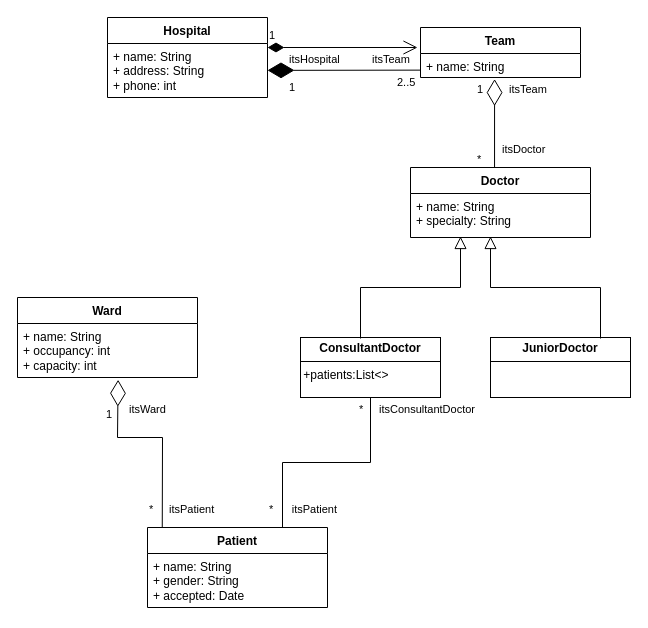
Before: Untitled Diagram.drawio in avipars/UML_Stuff, a draw.io diagram. Source tidied: cells renumbered, new cells numbered last; positions are measured from the earlier drawing's top-left corner, leaving out a move shared by most shapes. Both pictures are drawn from the tidied source at 100%, with x=0, y=0 at pixel (17, 17).
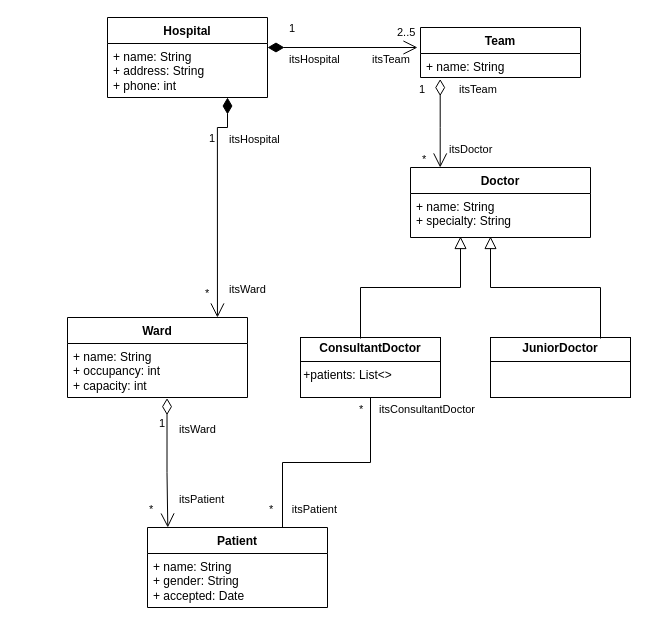
The same diagram, later.

Unchanged cells that the change refers to:
```xml
<mxCell id="2" value="Hospital" style="swimlane;fontStyle=1;align=center;verticalAlign=top;horizontal=1;startSize=26;whiteSpace=wrap;html=1;" parent="1" vertex="1">
  <mxGeometry x="90" width="160" height="80" as="geometry" />
</mxCell>
<mxCell id="3" value="+ name: String&lt;div&gt;+ address: String&lt;/div&gt;&lt;div&gt;&lt;div&gt;+ phone: int&lt;/div&gt;&lt;div&gt;&lt;br&gt;&lt;/div&gt;&lt;/div&gt;" style="text;strokeColor=none;fillColor=none;align=left;verticalAlign=top;spacingLeft=4;spacingRight=4;overflow=hidden;points=[[0,0.5],[1,0.5]];portConstraint=eastwest;whiteSpace=wrap;html=1;" parent="2" vertex="1">
  <mxGeometry y="26" width="160" height="54" as="geometry" />
</mxCell>
<mxCell id="5" value="+ name: String&lt;div&gt;+ occupancy: int&lt;/div&gt;&lt;div&gt;&lt;div&gt;+ capacity: int&lt;/div&gt;&lt;div&gt;&lt;br&gt;&lt;/div&gt;&lt;div&gt;&lt;br&gt;&lt;/div&gt;&lt;/div&gt;" style="text;strokeColor=none;fillColor=none;align=left;verticalAlign=top;spacingLeft=4;spacingRight=4;overflow=hidden;points=[[0,0.5],[1,0.5]];portConstraint=eastwest;whiteSpace=wrap;html=1;" parent="4" vertex="1">
  <mxGeometry y="26" width="180" height="54" as="geometry" />
</mxCell>
<mxCell id="6" value="Patient" style="swimlane;fontStyle=1;align=center;verticalAlign=top;horizontal=1;startSize=26;whiteSpace=wrap;html=1;" parent="1" vertex="1">
  <mxGeometry x="130" y="510" width="180" height="80" as="geometry" />
</mxCell>
<mxCell id="8" value="Doctor" style="swimlane;fontStyle=1;align=center;verticalAlign=top;horizontal=1;startSize=26;whiteSpace=wrap;html=1;" parent="1" vertex="1">
  <mxGeometry x="393" y="150" width="180" height="70" as="geometry" />
</mxCell>
<mxCell id="15" value="+ name: String&lt;div&gt;&lt;div&gt;&lt;br&gt;&lt;/div&gt;&lt;/div&gt;" style="text;strokeColor=none;fillColor=none;align=left;verticalAlign=top;spacingLeft=4;spacingRight=4;overflow=hidden;points=[[0,0.5],[1,0.5]];portConstraint=eastwest;whiteSpace=wrap;html=1;" parent="14" vertex="1">
  <mxGeometry y="26" width="160" height="24" as="geometry" />
</mxCell>
```

Diff of the diagram source:
```diff
@@
     <mxCell id="4" value="Ward" style="swimlane;fontStyle=1;align=center;verticalAlign=top;horizontal=1;startSize=26;whiteSpace=wrap;html=1;" parent="1" vertex="1">
-      <mxGeometry y="280" width="180" height="80" as="geometry" />
+      <mxGeometry x="50" y="300" width="180" height="80" as="geometry" />
     </mxCell>
@@
-    <mxCell id="11" value="&lt;p style=&quot;margin:0px;margin-top:4px;text-align:center;&quot;&gt;&lt;b&gt;ConsultantDoctor&lt;/b&gt;&lt;/p&gt;&lt;hr size=&quot;1&quot; style=&quot;border-style:solid;&quot;&gt;&lt;div style=&quot;height:2px;&quot;&gt;&amp;nbsp;+patients:List&amp;lt;&amp;gt;&lt;/div&gt;" style="verticalAlign=top;align=left;overflow=fill;html=1;whiteSpace=wrap;" parent="1" vertex="1">
+    <mxCell id="11" value="&lt;p style=&quot;margin:0px;margin-top:4px;text-align:center;&quot;&gt;&lt;b&gt;ConsultantDoctor&lt;/b&gt;&lt;/p&gt;&lt;hr size=&quot;1&quot; style=&quot;border-style:solid;&quot;&gt;&lt;div style=&quot;height:2px;&quot;&gt;&amp;nbsp;+patients: List&amp;lt;&amp;gt;&lt;/div&gt;" style="verticalAlign=top;align=left;overflow=fill;html=1;whiteSpace=wrap;" parent="1" vertex="1">
       <mxGeometry x="283" y="320" width="140" height="60" as="geometry" />
     </mxCell>
@@
-    <mxCell id="16" style="endArrow=diamondThin;endFill=0;endSize=24;html=1;rounded=0;entryX=0.463;entryY=1.066;entryDx=0;entryDy=0;entryPerimeter=0;exitX=0.467;exitY=0;exitDx=0;exitDy=0;exitPerimeter=0;" parent="1" edge="1" source="8" target="15">
-      <mxGeometry relative="1" as="geometry" />
-    </mxCell>
@@
     <mxCell id="22" value="itsTeam" style="edgeLabel;html=1;align=left;verticalAlign=bottom;" parent="1" vertex="1">
-      <mxGeometry x="490" y="80" as="geometry" />
+      <mxGeometry x="440" y="80" as="geometry" />
     </mxCell>
     <mxCell id="23" value="itsDoctor" style="edgeLabel;html=1;align=left;verticalAlign=bottom;" parent="1" vertex="1">
-      <mxGeometry x="483" y="140" as="geometry" />
+      <mxGeometry x="430" y="140" as="geometry" />
     </mxCell>
     <mxCell id="24" value="*" style="edgeLabel;html=1;align=left;verticalAlign=bottom;" parent="1" vertex="1">
-      <mxGeometry x="458" y="150" as="geometry" />
+      <mxGeometry x="403" y="150" as="geometry" />
     </mxCell>
-    <mxCell id="25" value="1" style="edgeLabel;html=1;align=left;verticalAlign=bottom;" parent="1" vertex="1">
-      <mxGeometry x="458" y="80" as="geometry" />
-    </mxCell>
-    <mxCell id="26" style="endArrow=diamondThin;endFill=1;endSize=24;html=1;rounded=0;exitX=-0.002;exitY=0.693;exitDx=0;exitDy=0;exitPerimeter=0;" parent="1" edge="1" source="15" target="3">
-      <mxGeometry relative="1" as="geometry" />
-    </mxCell>
@@
-    <mxCell id="29" value="&lt;span style=&quot;font-weight: normal;&quot;&gt;1&lt;/span&gt;" style="edgeLabel;html=1;align=left;verticalAlign=bottom;fontStyle=1;" parent="1" vertex="1">
-      <mxGeometry x="280" y="70" as="geometry">
-        <mxPoint x="-10" y="8" as="offset" />
-      </mxGeometry>
-    </mxCell>
     <mxCell id="30" value="2..5" style="edgeLabel;html=1;align=left;verticalAlign=bottom;" parent="1" vertex="1">
-      <mxGeometry x="270" y="90" as="geometry">
+      <mxGeometry x="270" y="40" as="geometry">
         <mxPoint x="108" y="-17" as="offset" />
       </mxGeometry>
     </mxCell>
-    <mxCell id="31" style="endArrow=diamondThin;endFill=0;endSize=24;html=1;rounded=0;entryX=0.559;entryY=1.042;entryDx=0;entryDy=0;entryPerimeter=0;exitX=0.082;exitY=-0.002;exitDx=0;exitDy=0;exitPerimeter=0;" parent="1" edge="1" source="6" target="5">
-      <mxGeometry relative="1" as="geometry">
-        <Array as="points">
-          <mxPoint x="145" y="420" />
-          <mxPoint x="100" y="420" />
-        </Array>
-      </mxGeometry>
-    </mxCell>
     <mxCell id="32" value="itsWard" style="edgeLabel;html=1;align=left;verticalAlign=bottom;" parent="1" vertex="1">
-      <mxGeometry x="110" y="400" as="geometry" />
+      <mxGeometry x="160" y="420" as="geometry" />
     </mxCell>
     <mxCell id="33" value="itsPatient" style="edgeLabel;html=1;align=left;verticalAlign=bottom;" parent="1" vertex="1">
-      <mxGeometry x="150" y="500" as="geometry" />
+      <mxGeometry x="160" y="490" as="geometry" />
     </mxCell>
@@
-    <mxCell id="35" value="1" style="edgeLabel;html=1;align=left;verticalAlign=bottom;" parent="1" vertex="1">
-      <mxGeometry x="70" y="400" as="geometry">
-        <mxPoint x="17" y="5" as="offset" />
-      </mxGeometry>
-    </mxCell>
     <mxCell id="36" value="1" style="endArrow=open;html=1;endSize=12;startArrow=diamondThin;startSize=14;startFill=1;edgeStyle=orthogonalEdgeStyle;align=left;verticalAlign=bottom;rounded=0;" parent="1" edge="1">
-      <mxGeometry x="-1" y="3" relative="1" as="geometry">
+      <mxGeometry x="-0.73" y="10" relative="1" as="geometry">
         <mxPoint x="250" y="30" as="sourcePoint" />
         <mxPoint x="400" y="30" as="targetPoint" />
       </mxGeometry>
     </mxCell>
+    <mxCell id="37" value="1" style="endArrow=open;html=1;endSize=12;startArrow=diamondThin;startSize=14;startFill=0;edgeStyle=orthogonalEdgeStyle;align=left;verticalAlign=bottom;rounded=0;exitX=0.123;exitY=1.066;exitDx=0;exitDy=0;exitPerimeter=0;" parent="1" edge="1" source="15" target="8">
+      <mxGeometry x="-0.58" y="-23" relative="1" as="geometry">
+        <Array as="points">
+          <mxPoint x="423" y="110" />
+          <mxPoint x="423" y="110" />
+        </Array>
+      </mxGeometry>
+    </mxCell>
+    <mxCell id="38" value="1" style="endArrow=open;html=1;endSize=12;startArrow=diamondThin;startSize=14;startFill=0;edgeStyle=orthogonalEdgeStyle;align=left;verticalAlign=bottom;rounded=0;exitX=0.553;exitY=1.012;exitDx=0;exitDy=0;exitPerimeter=0;" parent="1" edge="1" source="5">
+      <mxGeometry x="-0.48" y="-10" relative="1" as="geometry">
+        <mxPoint x="150.3" y="510" as="targetPoint" />
+        <Array as="points">
+          <mxPoint x="150" y="455" />
+          <mxPoint x="150" y="455" />
+        </Array>
+      </mxGeometry>
+    </mxCell>
+    <mxCell id="39" value="itsWard" style="edgeLabel;html=1;align=left;verticalAlign=bottom;" parent="1" vertex="1">
+      <mxGeometry x="210" y="280" as="geometry" />
+    </mxCell>
+    <mxCell id="40" value="itsHospital" style="edgeLabel;html=1;align=left;verticalAlign=bottom;" parent="1" vertex="1">
+      <mxGeometry x="210" y="130" as="geometry" />
+    </mxCell>
+    <mxCell id="41" value="*" style="edgeLabel;html=1;align=left;verticalAlign=bottom;" parent="1" vertex="1">
+      <mxGeometry x="190" y="140" as="geometry">
+        <mxPoint x="-4" y="144" as="offset" />
+      </mxGeometry>
+    </mxCell>
+    <mxCell id="42" value="1" style="endArrow=open;html=1;endSize=12;startArrow=diamondThin;startSize=14;startFill=1;edgeStyle=orthogonalEdgeStyle;align=left;verticalAlign=bottom;rounded=0;exitX=0.75;exitY=1;exitDx=0;exitDy=0;entryX=0.833;entryY=0;entryDx=0;entryDy=0;entryPerimeter=0;" parent="1" edge="1" source="2" target="4">
+      <mxGeometry x="-0.48" y="-10" relative="1" as="geometry">
+        <Array as="points">
+          <mxPoint x="210" y="110" />
+          <mxPoint x="200" y="110" />
+        </Array>
+      </mxGeometry>
+    </mxCell>
```
